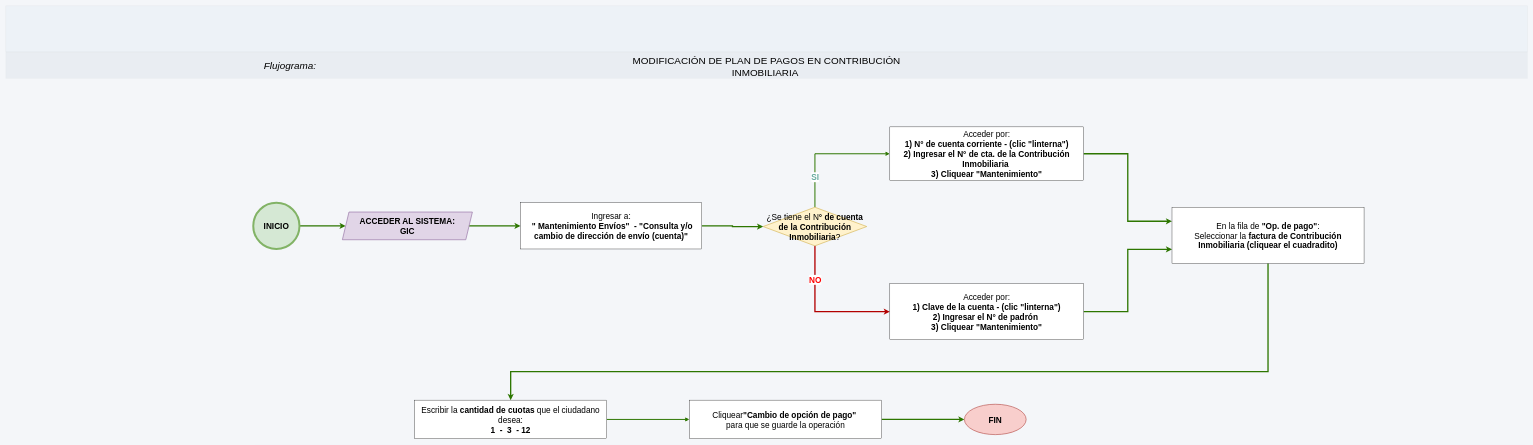
Earlier version of the draw.io diagram page "Cambio de cuotas" (4 of 6) of GIC_contribucion/GIC_contribucion.drawio (adlc20/Manual_de_procedimientos_ccz9). Source tidied: cells renumbered, new cells numbered last; positions are measured from the earlier drawing's top-left corner, leaving out a move shared by most shapes. Both pictures are drawn from the tidied source at 33%, with x=0, y=0 at pixel (6, 6).
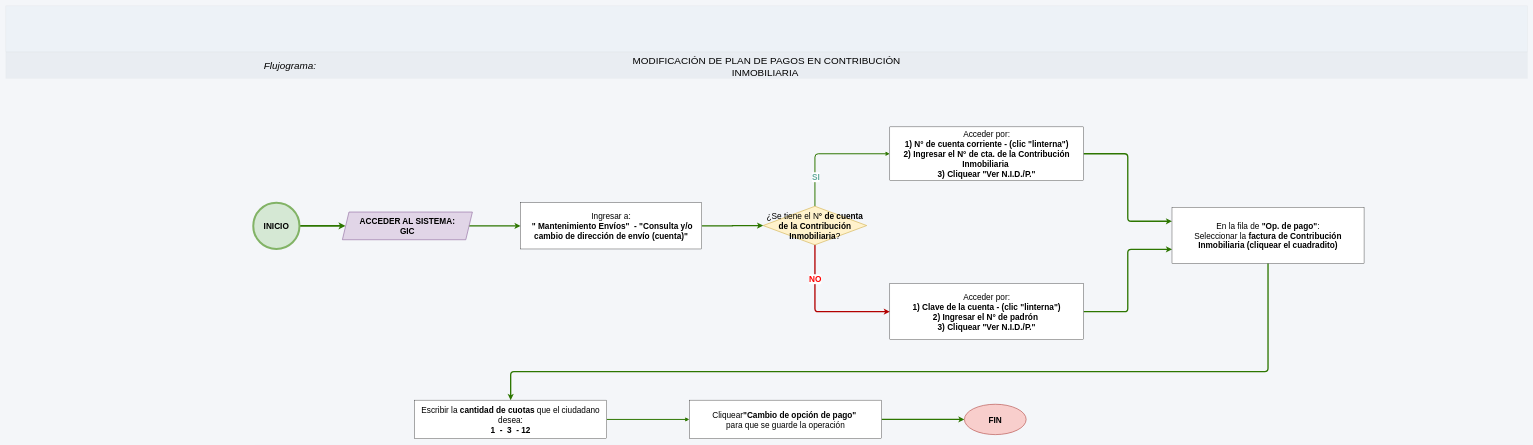
The same diagram, later.

The change refers to these unchanged cells:
```xml
<mxCell id="7" value="&lt;font&gt;&lt;b&gt;INICIO&lt;/b&gt;&lt;/font&gt;" style="ellipse;whiteSpace=wrap;html=1;fillColor=#D5E8D4;strokeColor=#82b366;strokeWidth=6;gradientColor=none;fontSize=25;" parent="1" vertex="1">
  <mxGeometry x="750" y="597" width="140" height="140" as="geometry" />
</mxCell>
<mxCell id="9" value="&lt;font&gt;&lt;b&gt;ACCEDER AL SISTEMA:&lt;/b&gt;&lt;/font&gt;&lt;div&gt;&lt;font&gt;&lt;b&gt;&amp;nbsp;GIC&amp;nbsp;&lt;/b&gt;&lt;/font&gt;&lt;/div&gt;" style="shape=parallelogram;perimeter=parallelogramPerimeter;whiteSpace=wrap;html=1;fixedSize=1;fillColor=#e1d5e7;strokeColor=#9673a6;strokeWidth=2;fontSize=25;" parent="1" vertex="1">
  <mxGeometry x="1020" y="625" width="394" height="84" as="geometry" />
</mxCell>
<mxCell id="22" value="&lt;font style=&quot;font-size: 25px;&quot;&gt;En la fila de &lt;b&gt;&quot;Op. de pago&quot;&lt;/b&gt;:&lt;/font&gt;&lt;div&gt;&lt;font style=&quot;font-size: 25px;&quot;&gt;Seleccionar la &lt;b&gt;factura de Contribución Inmobiliaria (cliquear el cuadradito)&lt;/b&gt;&lt;/font&gt;&lt;/div&gt;" style="rounded=0;whiteSpace=wrap;html=1;" parent="1" vertex="1">
  <mxGeometry x="3534" y="610.5" width="582" height="170" as="geometry" />
</mxCell>
<mxCell id="24" value="&lt;span style=&quot;font-size: 25px;&quot;&gt;Escribir la &lt;b&gt;cantidad de cuotas&lt;/b&gt; que el ciudadano desea:&lt;/span&gt;&lt;div&gt;&lt;span style=&quot;font-size: 25px;&quot;&gt;&lt;b&gt;1&amp;nbsp; -&amp;nbsp; 3&amp;nbsp; - 12&lt;/b&gt;&lt;/span&gt;&lt;/div&gt;" style="rounded=0;whiteSpace=wrap;html=1;" parent="1" vertex="1">
  <mxGeometry x="1239" y="1195" width="582" height="117" as="geometry" />
</mxCell>
```

What changed in the source:
```diff
@@
-    <mxCell id="6" style="edgeStyle=orthogonalEdgeStyle;rounded=0;jettySize=auto;html=1;exitX=1;exitY=0.5;exitDx=0;exitDy=0;fillColor=#60a917;strokeColor=#2D7600;strokeWidth=4;" parent="1" edge="1" source="7" target="9">
+    <mxCell id="6" style="edgeStyle=orthogonalEdgeStyle;rounded=0;jettySize=auto;html=1;exitX=1;exitY=0.5;exitDx=0;exitDy=0;fillColor=#60a917;strokeColor=#2D7600;strokeWidth=5;" parent="1" edge="1" source="7" target="9">
       <mxGeometry relative="1" as="geometry" />
     </mxCell>
@@
-    <mxCell id="12" style="edgeStyle=orthogonalEdgeStyle;rounded=0;jettySize=auto;html=1;exitX=1;exitY=0.5;exitDx=0;exitDy=0;fillColor=#60a917;strokeColor=#2D7600;strokeWidth=4;entryX=0;entryY=0.25;entryDx=0;entryDy=0;" parent="1" edge="1" source="13" target="22">
+    <mxCell id="12" style="edgeStyle=orthogonalEdgeStyle;rounded=1;jettySize=auto;html=1;exitX=1;exitY=0.5;exitDx=0;exitDy=0;fillColor=#60a917;strokeColor=#2D7600;strokeWidth=4;entryX=0;entryY=0.25;entryDx=0;entryDy=0;curved=0;" parent="1" edge="1" source="13" target="22">
       <mxGeometry relative="1" as="geometry" />
     </mxCell>
-    <mxCell id="13" value="&lt;div&gt;&lt;span style=&quot;font-size: 25px;&quot;&gt;Acceder por:&lt;/span&gt;&lt;/div&gt;&lt;div&gt;&lt;span style=&quot;font-size: 25px;&quot;&gt;&lt;b&gt;1) N° de cuenta corriente - (clic &quot;linterna&quot;)&lt;/b&gt;&lt;/span&gt;&lt;/div&gt;&lt;div&gt;&lt;span style=&quot;font-size: 25px;&quot;&gt;&lt;b&gt;2) Ingresar el N° de cta. de la Contribución Inmobiliaria&amp;nbsp;&lt;/b&gt;&lt;/span&gt;&lt;/div&gt;&lt;div&gt;&lt;span style=&quot;font-size: 25px;&quot;&gt;&lt;b&gt;3) Cliquear &quot;Mantenimiento&quot;&lt;/b&gt;&lt;/span&gt;&lt;/div&gt;" style="rounded=0;whiteSpace=wrap;html=1;" parent="1" vertex="1">
+    <mxCell id="13" value="&lt;div&gt;&lt;span style=&quot;font-size: 25px;&quot;&gt;Acceder por:&lt;/span&gt;&lt;/div&gt;&lt;div&gt;&lt;span style=&quot;font-size: 25px;&quot;&gt;&lt;b&gt;1) N° de cuenta corriente - (clic &quot;linterna&quot;)&lt;/b&gt;&lt;/span&gt;&lt;/div&gt;&lt;div&gt;&lt;span style=&quot;font-size: 25px;&quot;&gt;&lt;b&gt;2) Ingresar el N° de cta. de la Contribución Inmobiliaria&amp;nbsp;&lt;/b&gt;&lt;/span&gt;&lt;/div&gt;&lt;div&gt;&lt;span style=&quot;font-size: 25px;&quot;&gt;&lt;b&gt;3) Cliquear &quot;Ver N.I.D./P.&quot;&lt;/b&gt;&lt;/span&gt;&lt;/div&gt;" style="rounded=0;whiteSpace=wrap;html=1;" parent="1" vertex="1">
       <mxGeometry x="2679" y="367" width="587" height="163" as="geometry" />
     </mxCell>
-    <mxCell id="14" style="edgeStyle=orthogonalEdgeStyle;rounded=0;jettySize=auto;html=1;exitX=0.5;exitY=1;exitDx=0;exitDy=0;fillColor=#e51400;strokeColor=#B20000;strokeWidth=4;entryX=0;entryY=0.5;entryDx=0;entryDy=0;" parent="1" edge="1" source="18" target="20">
+    <mxCell id="14" style="edgeStyle=orthogonalEdgeStyle;rounded=1;jettySize=auto;html=1;exitX=0.5;exitY=1;exitDx=0;exitDy=0;fillColor=#e51400;strokeColor=#B20000;strokeWidth=4;entryX=0;entryY=0.5;entryDx=0;entryDy=0;curved=0;" parent="1" edge="1" source="18" target="20">
       <mxGeometry relative="1" as="geometry" />
     </mxCell>
@@
-    <mxCell id="16" style="edgeStyle=orthogonalEdgeStyle;rounded=0;jettySize=auto;html=1;exitX=0.5;exitY=0;exitDx=0;exitDy=0;fillColor=#60a917;strokeColor=#2D7600;strokeWidth=3;entryX=0;entryY=0.5;entryDx=0;entryDy=0;" parent="1" edge="1" source="18" target="13">
+    <mxCell id="16" style="edgeStyle=orthogonalEdgeStyle;rounded=1;jettySize=auto;html=1;exitX=0.5;exitY=0;exitDx=0;exitDy=0;fillColor=#60a917;strokeColor=#2D7600;strokeWidth=3;entryX=0;entryY=0.5;entryDx=0;entryDy=0;curved=0;" parent="1" edge="1" source="18" target="13">
       <mxGeometry x="-0.11" relative="1" as="geometry" />
     </mxCell>
@@
     <mxCell id="18" value="&lt;font&gt;¿Se tiene el N&lt;b&gt;° de cuenta de la Contribución Inmobiliaria&lt;/b&gt;?&lt;/font&gt;" style="rhombus;whiteSpace=wrap;html=1;fillColor=#fff2cc;strokeColor=#d6b656;fontSize=25;strokeWidth=2;" parent="1" vertex="1">
-      <mxGeometry x="2295" y="610.5" width="314" height="117" as="geometry" />
+      <mxGeometry x="2295" y="607.5" width="314" height="117" as="geometry" />
     </mxCell>
-    <mxCell id="19" style="edgeStyle=orthogonalEdgeStyle;rounded=0;jettySize=auto;html=1;exitX=1;exitY=0.5;exitDx=0;exitDy=0;entryX=0;entryY=0.75;entryDx=0;entryDy=0;fillColor=#60a917;strokeColor=#2D7600;strokeWidth=4;" parent="1" edge="1" source="20" target="22">
+    <mxCell id="19" style="edgeStyle=orthogonalEdgeStyle;rounded=1;jettySize=auto;html=1;exitX=1;exitY=0.5;exitDx=0;exitDy=0;entryX=0;entryY=0.75;entryDx=0;entryDy=0;fillColor=#60a917;strokeColor=#2D7600;strokeWidth=4;curved=0;" parent="1" edge="1" source="20" target="22">
       <mxGeometry x="0.12" relative="1" as="geometry" />
     </mxCell>
-    <mxCell id="20" value="&lt;div style=&quot;&quot;&gt;&lt;span style=&quot;font-size: 25px; background-color: transparent; color: light-dark(rgb(0, 0, 0), rgb(255, 255, 255));&quot;&gt;Acceder por:&lt;/span&gt;&lt;/div&gt;&lt;div&gt;&lt;span style=&quot;font-size: 25px;&quot;&gt;&lt;b&gt;1) Clave de la cuenta - (clic &quot;linterna&quot;)&lt;/b&gt;&lt;/span&gt;&lt;/div&gt;&lt;div&gt;&lt;span style=&quot;font-size: 25px;&quot;&gt;&lt;b&gt;2) Ingresar el N° de padrón&amp;nbsp;&lt;/b&gt;&lt;/span&gt;&lt;/div&gt;&lt;div&gt;&lt;span style=&quot;font-size: 25px;&quot;&gt;&lt;b&gt;3) Cliquear &quot;Mantenimiento&quot;&lt;/b&gt;&lt;/span&gt;&lt;/div&gt;" style="rounded=0;whiteSpace=wrap;html=1;align=center;" parent="1" vertex="1">
+    <mxCell id="20" value="&lt;div style=&quot;&quot;&gt;&lt;span style=&quot;font-size: 25px; background-color: transparent; color: light-dark(rgb(0, 0, 0), rgb(255, 255, 255));&quot;&gt;Acceder por:&lt;/span&gt;&lt;/div&gt;&lt;div&gt;&lt;span style=&quot;font-size: 25px;&quot;&gt;&lt;b&gt;1) Clave de la cuenta - (clic &quot;linterna&quot;)&lt;/b&gt;&lt;/span&gt;&lt;/div&gt;&lt;div&gt;&lt;span style=&quot;font-size: 25px;&quot;&gt;&lt;b&gt;2) Ingresar el N° de padrón&amp;nbsp;&lt;/b&gt;&lt;/span&gt;&lt;/div&gt;&lt;div&gt;&lt;span style=&quot;font-size: 25px;&quot;&gt;&lt;b&gt;3)&amp;nbsp;&lt;/b&gt;&lt;/span&gt;&lt;b style=&quot;background-color: transparent; color: light-dark(rgb(0, 0, 0), rgb(255, 255, 255)); font-size: 25px;&quot;&gt;Cliquear &quot;Ver N.I.D./P.&quot;&lt;/b&gt;&lt;/div&gt;" style="rounded=0;whiteSpace=wrap;html=1;align=center;" parent="1" vertex="1">
       <mxGeometry x="2679" y="842" width="587" height="170" as="geometry" />
     </mxCell>
-    <mxCell id="21" style="edgeStyle=orthogonalEdgeStyle;rounded=0;jettySize=auto;html=1;exitX=0.5;exitY=1;exitDx=0;exitDy=0;fillColor=#60a917;strokeColor=#2D7600;strokeWidth=4;entryX=0.5;entryY=0;entryDx=0;entryDy=0;" parent="1" edge="1" source="22" target="24">
+    <mxCell id="21" style="edgeStyle=orthogonalEdgeStyle;rounded=1;jettySize=auto;html=1;exitX=0.5;exitY=1;exitDx=0;exitDy=0;fillColor=#60a917;strokeColor=#2D7600;strokeWidth=4;entryX=0.5;entryY=0;entryDx=0;entryDy=0;curved=0;" parent="1" edge="1" source="22" target="24">
       <mxGeometry x="0.05" relative="1" as="geometry">
         <Array as="points">
           <mxPoint x="3825" y="1108.5" />
           <mxPoint x="1530" y="1108.5" />
         </Array>
       </mxGeometry>
     </mxCell>
```
